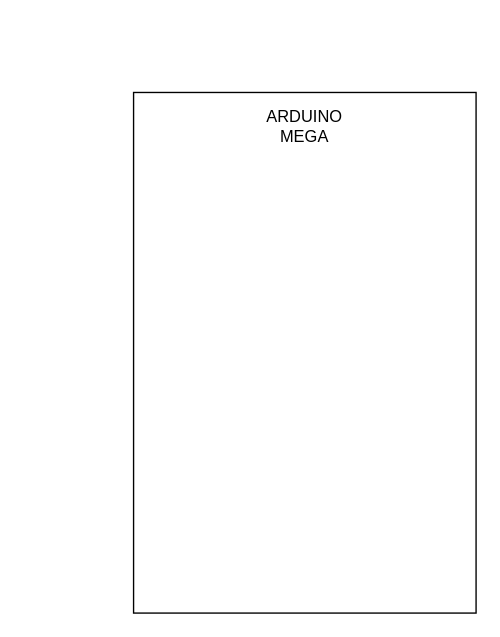
Before: Наработки/Принципиальная схема.drawio in AlexRussellGit/VKR---Russell-Alexander, a draw.io diagram. Source tidied: cells renumbered, new cells numbered last; positions are measured from the earlier drawing's top-left corner, leaving out a move shared by most shapes. Both pictures are drawn from the tidied source at 137%, with x=0, y=0 at pixel (133, 92).
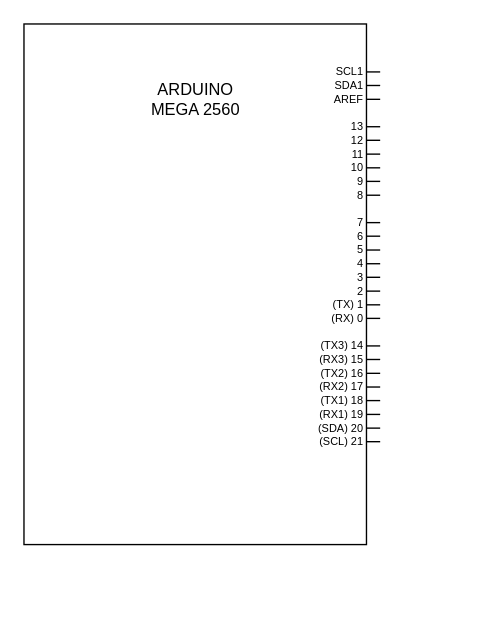
The same diagram, later.

Diff of the diagram source:
```diff
@@
     <mxCell id="2" style="rounded=0;whiteSpace=wrap;html=1;" parent="1" vertex="1">
-      <mxGeometry width="250" height="380" as="geometry" />
+      <mxGeometry x="-80" y="-50" width="250" height="380" as="geometry" />
     </mxCell>
-    <mxCell id="3" value="ARDUINO&lt;br&gt;MEGA" style="text;html=1;strokeColor=none;fillColor=none;align=center;verticalAlign=middle;whiteSpace=wrap;rounded=0;" parent="1" vertex="1">
-      <mxGeometry x="95" y="10" width="60" height="30" as="geometry" />
+    <mxCell id="3" value="ARDUINO&lt;br&gt;MEGA 2560" style="text;html=1;strokeColor=none;fillColor=none;align=center;verticalAlign=middle;whiteSpace=wrap;rounded=0;" parent="1" vertex="1">
+      <mxGeometry x="7.5" y="-10" width="75" height="30" as="geometry" />
     </mxCell>
+    <mxCell id="4" value="SCL1" style="text;html=1;strokeColor=none;fillColor=none;align=right;verticalAlign=middle;whiteSpace=wrap;rounded=0;rotation=0;fontSize=8;" parent="1" vertex="1">
+      <mxGeometry x="120" y="-20" width="50" height="10" as="geometry" />
+    </mxCell>
+    <mxCell id="5" value="SDA1" style="text;html=1;strokeColor=none;fillColor=none;align=right;verticalAlign=middle;whiteSpace=wrap;rounded=0;rotation=0;fontSize=8;" parent="1" vertex="1">
+      <mxGeometry x="120" y="-10" width="50" height="10" as="geometry" />
+    </mxCell>
+    <mxCell id="6" value="AREF" style="text;html=1;strokeColor=none;fillColor=none;align=right;verticalAlign=middle;whiteSpace=wrap;rounded=0;rotation=0;fontSize=8;" parent="1" vertex="1">
+      <mxGeometry x="120" width="50" height="10" as="geometry" />
+    </mxCell>
+    <mxCell id="7" value="7" style="text;html=1;strokeColor=none;fillColor=none;align=right;verticalAlign=middle;whiteSpace=wrap;rounded=0;rotation=0;fontSize=8;" parent="1" vertex="1">
+      <mxGeometry x="120" y="90" width="50" height="10" as="geometry" />
+    </mxCell>
+    <mxCell id="8" value="6" style="text;html=1;strokeColor=none;fillColor=none;align=right;verticalAlign=middle;whiteSpace=wrap;rounded=0;rotation=0;fontSize=8;" parent="1" vertex="1">
+      <mxGeometry x="120" y="100" width="50" height="10" as="geometry" />
+    </mxCell>
+    <mxCell id="9" value="5" style="text;html=1;strokeColor=none;fillColor=none;align=right;verticalAlign=middle;whiteSpace=wrap;rounded=0;rotation=0;fontSize=8;" parent="1" vertex="1">
+      <mxGeometry x="120" y="110" width="50" height="10" as="geometry" />
+    </mxCell>
+    <mxCell id="10" value="4" style="text;html=1;strokeColor=none;fillColor=none;align=right;verticalAlign=middle;whiteSpace=wrap;rounded=0;rotation=0;fontSize=8;" parent="1" vertex="1">
+      <mxGeometry x="120" y="120" width="50" height="10" as="geometry" />
+    </mxCell>
+    <mxCell id="11" value="3" style="text;html=1;strokeColor=none;fillColor=none;align=right;verticalAlign=middle;whiteSpace=wrap;rounded=0;rotation=0;fontSize=8;" parent="1" vertex="1">
+      <mxGeometry x="120" y="130" width="50" height="10" as="geometry" />
+    </mxCell>
+    <mxCell id="12" value="2" style="text;html=1;strokeColor=none;fillColor=none;align=right;verticalAlign=middle;whiteSpace=wrap;rounded=0;rotation=0;fontSize=8;" parent="1" vertex="1">
+      <mxGeometry x="120" y="140" width="50" height="10" as="geometry" />
+    </mxCell>
+    <mxCell id="13" value="&amp;nbsp;(TX) 1" style="text;html=1;strokeColor=none;fillColor=none;align=right;verticalAlign=middle;whiteSpace=wrap;rounded=0;rotation=0;fontSize=8;" parent="1" vertex="1">
+      <mxGeometry x="120" y="150" width="50" height="10" as="geometry" />
+    </mxCell>
+    <mxCell id="14" value="(RX) 0" style="text;html=1;strokeColor=none;fillColor=none;align=right;verticalAlign=middle;whiteSpace=wrap;rounded=0;rotation=0;fontSize=8;" parent="1" vertex="1">
+      <mxGeometry x="120" y="160" width="50" height="10" as="geometry" />
+    </mxCell>
+    <mxCell id="15" value="13" style="text;html=1;strokeColor=none;fillColor=none;align=right;verticalAlign=middle;whiteSpace=wrap;rounded=0;rotation=0;fontSize=8;" parent="1" vertex="1">
+      <mxGeometry x="120" y="20" width="50" height="10" as="geometry" />
+    </mxCell>
+    <mxCell id="16" value="12" style="text;html=1;strokeColor=none;fillColor=none;align=right;verticalAlign=middle;whiteSpace=wrap;rounded=0;rotation=0;fontSize=8;" parent="1" vertex="1">
+      <mxGeometry x="120" y="30" width="50" height="10" as="geometry" />
+    </mxCell>
+    <mxCell id="17" value="11" style="text;html=1;strokeColor=none;fillColor=none;align=right;verticalAlign=middle;whiteSpace=wrap;rounded=0;rotation=0;fontSize=8;" parent="1" vertex="1">
+      <mxGeometry x="120" y="40" width="50" height="10" as="geometry" />
+    </mxCell>
+    <mxCell id="18" value="10" style="text;html=1;strokeColor=none;fillColor=none;align=right;verticalAlign=middle;whiteSpace=wrap;rounded=0;rotation=0;fontSize=8;" parent="1" vertex="1">
+      <mxGeometry x="120" y="50" width="50" height="10" as="geometry" />
+    </mxCell>
+    <mxCell id="19" value="9" style="text;html=1;strokeColor=none;fillColor=none;align=right;verticalAlign=middle;whiteSpace=wrap;rounded=0;rotation=0;fontSize=8;" parent="1" vertex="1">
+      <mxGeometry x="120" y="60" width="50" height="10" as="geometry" />
+    </mxCell>
+    <mxCell id="20" value="8" style="text;html=1;strokeColor=none;fillColor=none;align=right;verticalAlign=middle;whiteSpace=wrap;rounded=0;rotation=0;fontSize=8;" parent="1" vertex="1">
+      <mxGeometry x="120" y="70" width="50" height="10" as="geometry" />
+    </mxCell>
+    <mxCell id="21" value="&amp;nbsp;(TX3) 14" style="text;html=1;strokeColor=none;fillColor=none;align=right;verticalAlign=middle;whiteSpace=wrap;rounded=0;rotation=0;fontSize=8;" parent="1" vertex="1">
+      <mxGeometry x="120" y="180" width="50" height="10" as="geometry" />
+    </mxCell>
+    <mxCell id="22" value="(RX3) 15" style="text;html=1;strokeColor=none;fillColor=none;align=right;verticalAlign=middle;whiteSpace=wrap;rounded=0;rotation=0;fontSize=8;" parent="1" vertex="1">
+      <mxGeometry x="120" y="190" width="50" height="10" as="geometry" />
+    </mxCell>
+    <mxCell id="23" value="&amp;nbsp;(TX2) 16" style="text;html=1;strokeColor=none;fillColor=none;align=right;verticalAlign=middle;whiteSpace=wrap;rounded=0;rotation=0;fontSize=8;" parent="1" vertex="1">
+      <mxGeometry x="120" y="200" width="50" height="10" as="geometry" />
+    </mxCell>
+    <mxCell id="24" value="(RX2) 17" style="text;html=1;strokeColor=none;fillColor=none;align=right;verticalAlign=middle;whiteSpace=wrap;rounded=0;rotation=0;fontSize=8;" parent="1" vertex="1">
+      <mxGeometry x="120" y="210" width="50" height="10" as="geometry" />
+    </mxCell>
+    <mxCell id="25" value="(TX1) 18" style="text;html=1;strokeColor=none;fillColor=none;align=right;verticalAlign=middle;whiteSpace=wrap;rounded=0;rotation=0;fontSize=8;" parent="1" vertex="1">
+      <mxGeometry x="120" y="220" width="50" height="10" as="geometry" />
+    </mxCell>
+    <mxCell id="26" value="(RX1) 19" style="text;html=1;strokeColor=none;fillColor=none;align=right;verticalAlign=middle;whiteSpace=wrap;rounded=0;rotation=0;fontSize=8;" parent="1" vertex="1">
+      <mxGeometry x="120" y="230" width="50" height="10" as="geometry" />
+    </mxCell>
+    <mxCell id="27" value="(SDA) 20" style="text;html=1;strokeColor=none;fillColor=none;align=right;verticalAlign=middle;whiteSpace=wrap;rounded=0;rotation=0;fontSize=8;" parent="1" vertex="1">
+      <mxGeometry x="120" y="240" width="50" height="10" as="geometry" />
+    </mxCell>
+    <mxCell id="28" value="(SCL) 21" style="text;html=1;strokeColor=none;fillColor=none;align=right;verticalAlign=middle;whiteSpace=wrap;rounded=0;rotation=0;fontSize=8;" parent="1" vertex="1">
+      <mxGeometry x="120" y="250" width="50" height="10" as="geometry" />
+    </mxCell>
+    <mxCell id="29" style="endArrow=none;html=1;rounded=0;fontSize=8;entryX=1;entryY=0.5;entryDx=0;entryDy=0;" parent="1" edge="1" target="4">
+      <mxGeometry relative="1" as="geometry">
+        <mxPoint x="180" y="-15" as="sourcePoint" />
+      </mxGeometry>
+    </mxCell>
+    <mxCell id="30" style="endArrow=none;html=1;rounded=0;fontSize=8;entryX=1;entryY=0.5;entryDx=0;entryDy=0;" parent="1" edge="1">
+      <mxGeometry relative="1" as="geometry">
+        <mxPoint x="180" y="-5.1" as="sourcePoint" />
+        <mxPoint x="170" y="-5.1" as="targetPoint" />
+      </mxGeometry>
+    </mxCell>
+    <mxCell id="31" style="endArrow=none;html=1;rounded=0;fontSize=8;entryX=1;entryY=0.5;entryDx=0;entryDy=0;" parent="1" edge="1" target="6">
+      <mxGeometry relative="1" as="geometry">
+        <mxPoint x="180" y="5" as="sourcePoint" />
+      </mxGeometry>
+    </mxCell>
+    <mxCell id="32" style="endArrow=none;html=1;rounded=0;fontSize=8;entryX=1;entryY=0.5;entryDx=0;entryDy=0;" parent="1" edge="1">
+      <mxGeometry relative="1" as="geometry">
+        <mxPoint x="180" y="25" as="sourcePoint" />
+        <mxPoint x="170" y="25" as="targetPoint" />
+      </mxGeometry>
+    </mxCell>
+    <mxCell id="33" style="endArrow=none;html=1;rounded=0;fontSize=8;entryX=1;entryY=0.5;entryDx=0;entryDy=0;" parent="1" edge="1">
+      <mxGeometry relative="1" as="geometry">
+        <mxPoint x="180" y="34.9" as="sourcePoint" />
+        <mxPoint x="170" y="34.9" as="targetPoint" />
+      </mxGeometry>
+    </mxCell>
+    <mxCell id="34" style="endArrow=none;html=1;rounded=0;fontSize=8;entryX=1;entryY=0.5;entryDx=0;entryDy=0;" parent="1" edge="1">
+      <mxGeometry relative="1" as="geometry">
+        <mxPoint x="180" y="45" as="sourcePoint" />
+        <mxPoint x="170" y="45" as="targetPoint" />
+      </mxGeometry>
+    </mxCell>
+    <mxCell id="35" style="endArrow=none;html=1;rounded=0;fontSize=8;entryX=1;entryY=0.5;entryDx=0;entryDy=0;" parent="1" edge="1">
+      <mxGeometry relative="1" as="geometry">
+        <mxPoint x="180" y="55" as="sourcePoint" />
+        <mxPoint x="170" y="55" as="targetPoint" />
+      </mxGeometry>
+    </mxCell>
+    <mxCell id="36" style="endArrow=none;html=1;rounded=0;fontSize=8;entryX=1;entryY=0.5;entryDx=0;entryDy=0;" parent="1" edge="1">
+      <mxGeometry relative="1" as="geometry">
+        <mxPoint x="180" y="64.9" as="sourcePoint" />
+        <mxPoint x="170" y="64.9" as="targetPoint" />
+      </mxGeometry>
+    </mxCell>
+    <mxCell id="37" style="endArrow=none;html=1;rounded=0;fontSize=8;entryX=1;entryY=0.5;entryDx=0;entryDy=0;" parent="1" edge="1">
+      <mxGeometry relative="1" as="geometry">
+        <mxPoint x="180" y="75" as="sourcePoint" />
+        <mxPoint x="170" y="75" as="targetPoint" />
+      </mxGeometry>
+    </mxCell>
+    <mxCell id="38" style="endArrow=none;html=1;rounded=0;fontSize=8;entryX=1;entryY=0.5;entryDx=0;entryDy=0;" parent="1" edge="1">
+      <mxGeometry relative="1" as="geometry">
+        <mxPoint x="180" y="95" as="sourcePoint" />
+        <mxPoint x="170" y="95" as="targetPoint" />
+      </mxGeometry>
+    </mxCell>
+    <mxCell id="39" style="endArrow=none;html=1;rounded=0;fontSize=8;entryX=1;entryY=0.5;entryDx=0;entryDy=0;" parent="1" edge="1">
+      <mxGeometry relative="1" as="geometry">
+        <mxPoint x="180" y="104.9" as="sourcePoint" />
+        <mxPoint x="170" y="104.9" as="targetPoint" />
+      </mxGeometry>
+    </mxCell>
+    <mxCell id="40" style="endArrow=none;html=1;rounded=0;fontSize=8;entryX=1;entryY=0.5;entryDx=0;entryDy=0;" parent="1" edge="1">
+      <mxGeometry relative="1" as="geometry">
+        <mxPoint x="180" y="115" as="sourcePoint" />
+        <mxPoint x="170" y="115" as="targetPoint" />
+      </mxGeometry>
+    </mxCell>
+    <mxCell id="41" style="endArrow=none;html=1;rounded=0;fontSize=8;entryX=1;entryY=0.5;entryDx=0;entryDy=0;" parent="1" edge="1">
+      <mxGeometry relative="1" as="geometry">
+        <mxPoint x="180" y="125" as="sourcePoint" />
+        <mxPoint x="170" y="125" as="targetPoint" />
+      </mxGeometry>
+    </mxCell>
+    <mxCell id="42" style="endArrow=none;html=1;rounded=0;fontSize=8;entryX=1;entryY=0.5;entryDx=0;entryDy=0;" parent="1" edge="1">
+      <mxGeometry relative="1" as="geometry">
+        <mxPoint x="180" y="134.9" as="sourcePoint" />
+        <mxPoint x="170" y="134.9" as="targetPoint" />
+      </mxGeometry>
+    </mxCell>
+    <mxCell id="43" style="endArrow=none;html=1;rounded=0;fontSize=8;entryX=1;entryY=0.5;entryDx=0;entryDy=0;" parent="1" edge="1">
+      <mxGeometry relative="1" as="geometry">
+        <mxPoint x="180" y="145" as="sourcePoint" />
+        <mxPoint x="170" y="145" as="targetPoint" />
+      </mxGeometry>
+    </mxCell>
+    <mxCell id="44" style="endArrow=none;html=1;rounded=0;fontSize=8;entryX=1;entryY=0.5;entryDx=0;entryDy=0;" parent="1" edge="1">
+      <mxGeometry relative="1" as="geometry">
+        <mxPoint x="180" y="155" as="sourcePoint" />
+        <mxPoint x="170" y="155" as="targetPoint" />
+      </mxGeometry>
+    </mxCell>
+    <mxCell id="45" style="endArrow=none;html=1;rounded=0;fontSize=8;entryX=1;entryY=0.5;entryDx=0;entryDy=0;" parent="1" edge="1">
+      <mxGeometry relative="1" as="geometry">
+        <mxPoint x="180" y="164.9" as="sourcePoint" />
+        <mxPoint x="170" y="164.9" as="targetPoint" />
+      </mxGeometry>
+    </mxCell>
+    <mxCell id="46" style="endArrow=none;html=1;rounded=0;fontSize=8;entryX=1;entryY=0.5;entryDx=0;entryDy=0;" parent="1" edge="1">
+      <mxGeometry relative="1" as="geometry">
+        <mxPoint x="180" y="185" as="sourcePoint" />
+        <mxPoint x="170" y="185" as="targetPoint" />
+      </mxGeometry>
+    </mxCell>
+    <mxCell id="47" style="endArrow=none;html=1;rounded=0;fontSize=8;entryX=1;entryY=0.5;entryDx=0;entryDy=0;" parent="1" edge="1">
+      <mxGeometry relative="1" as="geometry">
+        <mxPoint x="180" y="194.9" as="sourcePoint" />
+        <mxPoint x="170" y="194.9" as="targetPoint" />
+      </mxGeometry>
+    </mxCell>
+    <mxCell id="48" style="endArrow=none;html=1;rounded=0;fontSize=8;entryX=1;entryY=0.5;entryDx=0;entryDy=0;" parent="1" edge="1">
+      <mxGeometry relative="1" as="geometry">
+        <mxPoint x="180" y="205" as="sourcePoint" />
+        <mxPoint x="170" y="205" as="targetPoint" />
+      </mxGeometry>
+    </mxCell>
+    <mxCell id="49" style="endArrow=none;html=1;rounded=0;fontSize=8;entryX=1;entryY=0.5;entryDx=0;entryDy=0;" parent="1" edge="1">
+      <mxGeometry relative="1" as="geometry">
+        <mxPoint x="180" y="215" as="sourcePoint" />
+        <mxPoint x="170" y="215" as="targetPoint" />
+      </mxGeometry>
+    </mxCell>
+    <mxCell id="50" style="endArrow=none;html=1;rounded=0;fontSize=8;entryX=1;entryY=0.5;entryDx=0;entryDy=0;" parent="1" edge="1">
+      <mxGeometry relative="1" as="geometry">
+        <mxPoint x="180" y="224.9" as="sourcePoint" />
+        <mxPoint x="170" y="224.9" as="targetPoint" />
+      </mxGeometry>
+    </mxCell>
+    <mxCell id="51" style="endArrow=none;html=1;rounded=0;fontSize=8;entryX=1;entryY=0.5;entryDx=0;entryDy=0;" parent="1" edge="1">
+      <mxGeometry relative="1" as="geometry">
+        <mxPoint x="180" y="235" as="sourcePoint" />
+        <mxPoint x="170" y="235" as="targetPoint" />
+      </mxGeometry>
+    </mxCell>
+    <mxCell id="52" style="endArrow=none;html=1;rounded=0;fontSize=8;entryX=1;entryY=0.5;entryDx=0;entryDy=0;" parent="1" edge="1">
+      <mxGeometry relative="1" as="geometry">
+        <mxPoint x="180" y="245" as="sourcePoint" />
+        <mxPoint x="170" y="245" as="targetPoint" />
+      </mxGeometry>
+    </mxCell>
+    <mxCell id="53" style="endArrow=none;html=1;rounded=0;fontSize=8;entryX=1;entryY=0.5;entryDx=0;entryDy=0;" parent="1" edge="1">
+      <mxGeometry relative="1" as="geometry">
+        <mxPoint x="180" y="254.9" as="sourcePoint" />
+        <mxPoint x="170" y="254.9" as="targetPoint" />
+      </mxGeometry>
+    </mxCell>
```
